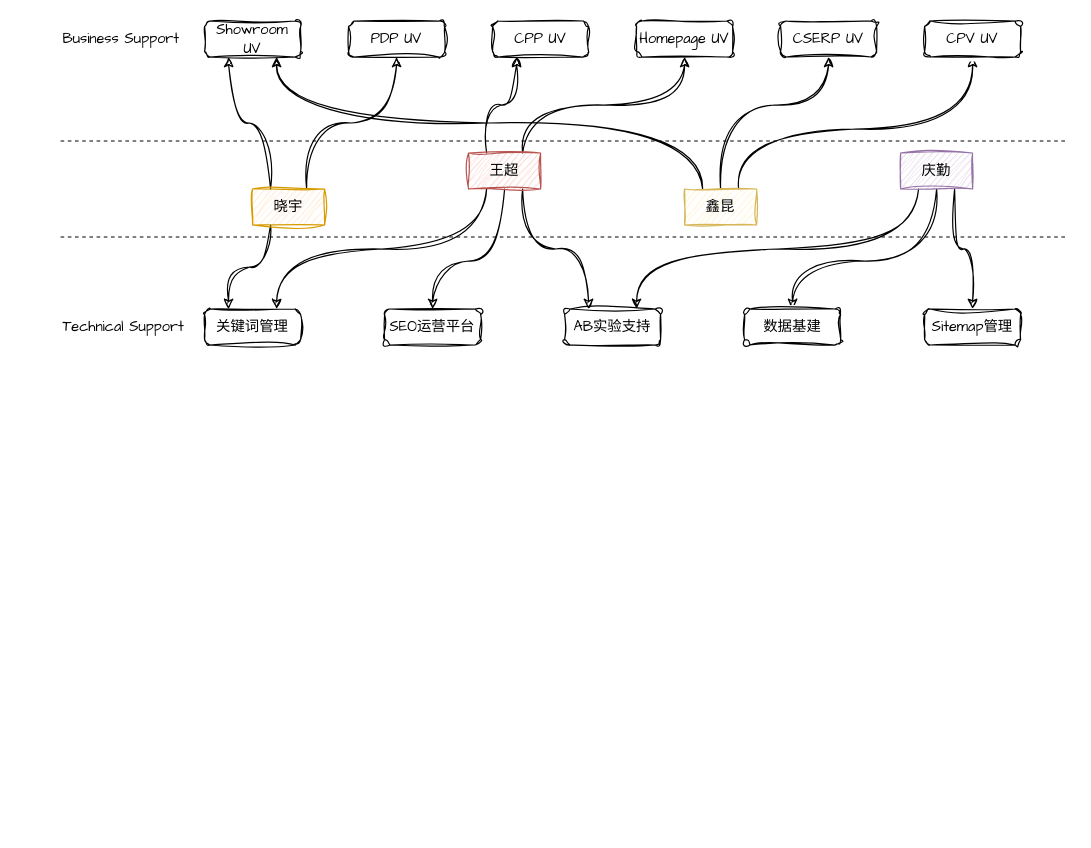
VisableHarry/seo-drawio keeps this draw.io diagram as drawio/团队分工.drawio. Above is the earlier version. Source tidied: cells renumbered, new cells numbered last; positions are measured from the earlier drawing's top-left corner, leaving out a move shared by most shapes. Both pictures are drawn from the tidied source at 120%, with x=0, y=0 at pixel (60, 20).
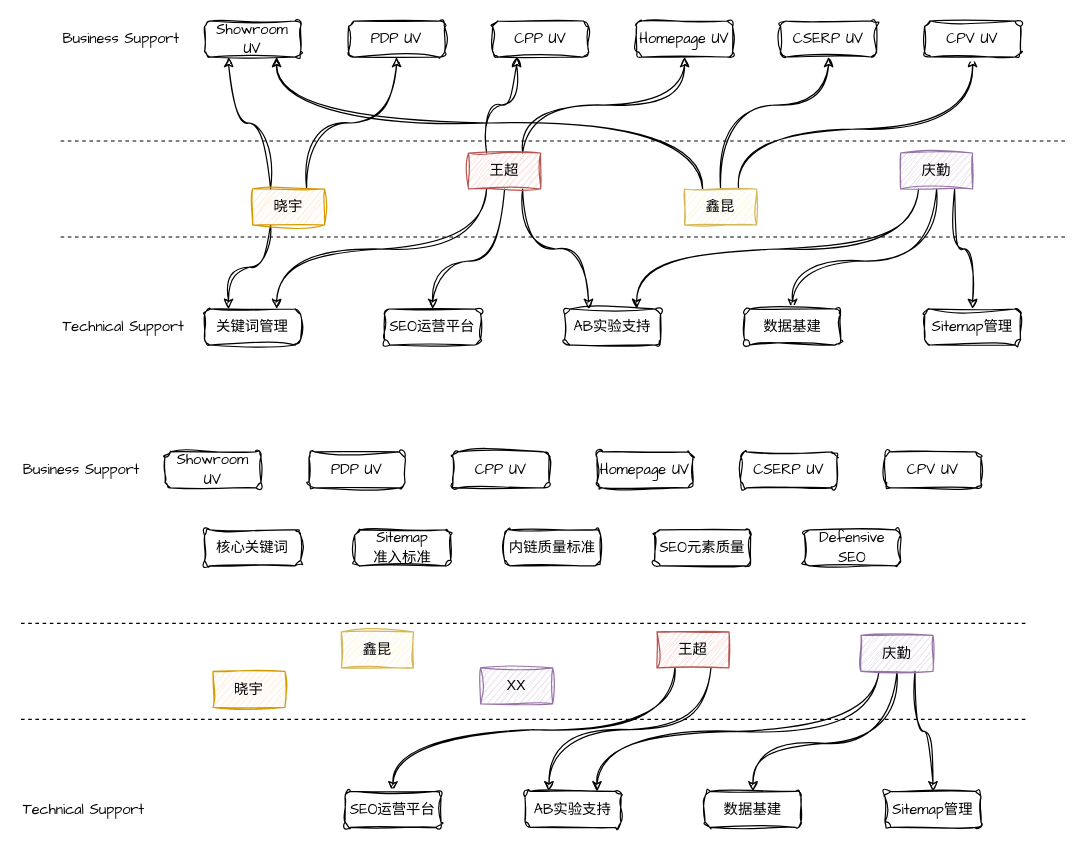
Above is the later version.

Commit message:
更新团队分工.drawio

Change to the diagram source:
```diff
@@
+    <mxCell id="35" value="&lt;font face=&quot;Comic Sans MS&quot;&gt;Business Support&lt;/font&gt;" style="text;html=1;whiteSpace=wrap;strokeColor=none;fillColor=none;align=left;verticalAlign=middle;rounded=0;sketch=1;curveFitting=1;jiggle=2;" parent="1" vertex="1">
+      <mxGeometry x="-33" y="359" width="150" height="30" as="geometry" />
+    </mxCell>
+    <mxCell id="36" value="&lt;font face=&quot;Comic Sans MS&quot;&gt;Technical Support&lt;/font&gt;" style="text;html=1;whiteSpace=wrap;strokeColor=none;fillColor=none;align=left;verticalAlign=middle;rounded=0;sketch=1;curveFitting=1;jiggle=2;" parent="1" vertex="1">
+      <mxGeometry x="-33" y="642" width="150" height="30" as="geometry" />
+    </mxCell>
+    <mxCell id="37" style="endArrow=none;dashed=1;html=1;rounded=0;" parent="1" edge="1">
+      <mxGeometry relative="1" as="geometry">
+        <mxPoint x="-33" y="502" as="sourcePoint" />
+        <mxPoint x="807" y="502" as="targetPoint" />
+      </mxGeometry>
+    </mxCell>
+    <mxCell id="38" style="endArrow=none;dashed=1;html=1;rounded=0;" parent="1" edge="1">
+      <mxGeometry relative="1" as="geometry">
+        <mxPoint x="-33" y="582" as="sourcePoint" />
+        <mxPoint x="807" y="582" as="targetPoint" />
+      </mxGeometry>
+    </mxCell>
+    <mxCell id="39" value="晓宇" style="text;html=1;whiteSpace=wrap;strokeColor=#d79b00;fillColor=#ffe6cc;align=center;verticalAlign=middle;rounded=0;sketch=1;curveFitting=1;jiggle=2;" parent="1" vertex="1">
+      <mxGeometry x="127" y="542" width="60" height="30" as="geometry" />
+    </mxCell>
+    <mxCell id="40" style="edgeStyle=orthogonalEdgeStyle;rounded=0;jettySize=auto;html=1;exitX=0.75;exitY=1;exitDx=0;exitDy=0;entryX=0.25;entryY=0;entryDx=0;entryDy=0;curved=1;sketch=1;curveFitting=1;jiggle=2;" parent="1" edge="1" source="42" target="57">
+      <mxGeometry relative="1" as="geometry" />
+    </mxCell>
+    <mxCell id="41" style="edgeStyle=orthogonalEdgeStyle;rounded=0;jettySize=auto;html=1;exitX=0.25;exitY=1;exitDx=0;exitDy=0;entryX=0.5;entryY=0;entryDx=0;entryDy=0;curved=1;sketch=1;curveFitting=1;jiggle=2;" parent="1" edge="1" source="42" target="56">
+      <mxGeometry relative="1" as="geometry" />
+    </mxCell>
+    <mxCell id="42" value="王超" style="text;html=1;whiteSpace=wrap;strokeColor=#b85450;fillColor=#f8cecc;align=center;verticalAlign=middle;rounded=0;sketch=1;curveFitting=1;jiggle=2;" parent="1" vertex="1">
+      <mxGeometry x="497" y="509" width="60" height="30" as="geometry" />
+    </mxCell>
+    <mxCell id="43" value="鑫昆" style="text;html=1;whiteSpace=wrap;strokeColor=#d6b656;fillColor=#fff2cc;align=center;verticalAlign=middle;rounded=0;sketch=1;curveFitting=1;jiggle=2;" parent="1" vertex="1">
+      <mxGeometry x="234" y="509" width="60" height="30" as="geometry" />
+    </mxCell>
+    <mxCell id="44" style="edgeStyle=orthogonalEdgeStyle;rounded=0;jettySize=auto;html=1;exitX=0.25;exitY=1;exitDx=0;exitDy=0;entryX=0.75;entryY=0;entryDx=0;entryDy=0;curved=1;sketch=1;curveFitting=1;jiggle=2;" parent="1" edge="1" source="47" target="57">
+      <mxGeometry relative="1" as="geometry" />
+    </mxCell>
+    <mxCell id="45" style="edgeStyle=orthogonalEdgeStyle;rounded=0;jettySize=auto;html=1;exitX=0.5;exitY=1;exitDx=0;exitDy=0;entryX=0.5;entryY=0;entryDx=0;entryDy=0;curved=1;sketch=1;curveFitting=1;jiggle=2;" parent="1" edge="1" source="47" target="54">
+      <mxGeometry relative="1" as="geometry">
+        <Array as="points">
+          <mxPoint x="697" y="602" />
+          <mxPoint x="577" y="602" />
+        </Array>
+      </mxGeometry>
+    </mxCell>
+    <mxCell id="46" style="edgeStyle=orthogonalEdgeStyle;rounded=0;jettySize=auto;html=1;exitX=0.75;exitY=1;exitDx=0;exitDy=0;curved=1;sketch=1;curveFitting=1;jiggle=2;" parent="1" edge="1" source="47" target="55">
+      <mxGeometry relative="1" as="geometry" />
+    </mxCell>
+    <mxCell id="47" value="庆勤" style="text;html=1;whiteSpace=wrap;strokeColor=#9673a6;fillColor=#e1d5e7;align=center;verticalAlign=middle;rounded=0;sketch=1;curveFitting=1;jiggle=2;" parent="1" vertex="1">
+      <mxGeometry x="667" y="512" width="60" height="30" as="geometry" />
+    </mxCell>
+    <mxCell id="48" value="&lt;font face=&quot;Comic Sans MS&quot;&gt;Showroom UV&lt;/font&gt;" style="rounded=1;whiteSpace=wrap;html=1;sketch=1;curveFitting=1;jiggle=2;" parent="1" vertex="1">
+      <mxGeometry x="87" y="359" width="80" height="30" as="geometry" />
+    </mxCell>
+    <mxCell id="49" value="&lt;font face=&quot;Comic Sans MS&quot;&gt;CSERP UV&lt;/font&gt;" style="rounded=1;whiteSpace=wrap;html=1;sketch=1;curveFitting=1;jiggle=2;" parent="1" vertex="1">
+      <mxGeometry x="567" y="359" width="80" height="30" as="geometry" />
+    </mxCell>
+    <mxCell id="50" value="&lt;font face=&quot;Comic Sans MS&quot;&gt;CPP UV&lt;/font&gt;" style="rounded=1;whiteSpace=wrap;html=1;sketch=1;curveFitting=1;jiggle=2;" parent="1" vertex="1">
+      <mxGeometry x="327" y="359" width="80" height="30" as="geometry" />
+    </mxCell>
+    <mxCell id="51" value="&lt;font face=&quot;Comic Sans MS&quot;&gt;PDP UV&lt;/font&gt;" style="rounded=1;whiteSpace=wrap;html=1;sketch=1;curveFitting=1;jiggle=2;" parent="1" vertex="1">
+      <mxGeometry x="207" y="359" width="80" height="30" as="geometry" />
+    </mxCell>
+    <mxCell id="52" value="&lt;font face=&quot;Comic Sans MS&quot;&gt;Homepage UV&lt;/font&gt;" style="rounded=1;whiteSpace=wrap;html=1;sketch=1;curveFitting=1;jiggle=2;" parent="1" vertex="1">
+      <mxGeometry x="447" y="359" width="80" height="30" as="geometry" />
+    </mxCell>
+    <mxCell id="53" value="&lt;font face=&quot;Comic Sans MS&quot;&gt;CPV UV&lt;/font&gt;" style="rounded=1;whiteSpace=wrap;html=1;sketch=1;curveFitting=1;jiggle=2;" parent="1" vertex="1">
+      <mxGeometry x="687" y="359" width="80" height="30" as="geometry" />
+    </mxCell>
+    <mxCell id="54" value="&lt;font face=&quot;Comic Sans MS&quot;&gt;数据基建&lt;/font&gt;" style="rounded=1;whiteSpace=wrap;html=1;sketch=1;curveFitting=1;jiggle=2;" parent="1" vertex="1">
+      <mxGeometry x="537" y="642" width="80" height="30" as="geometry" />
+    </mxCell>
+    <mxCell id="55" value="&lt;font face=&quot;Comic Sans MS&quot;&gt;Sitemap管理&lt;/font&gt;" style="rounded=1;whiteSpace=wrap;html=1;sketch=1;curveFitting=1;jiggle=2;" parent="1" vertex="1">
+      <mxGeometry x="687" y="642" width="80" height="30" as="geometry" />
+    </mxCell>
+    <mxCell id="56" value="&lt;font face=&quot;Comic Sans MS&quot;&gt;SEO运营平台&lt;/font&gt;" style="rounded=1;whiteSpace=wrap;html=1;sketch=1;curveFitting=1;jiggle=2;" parent="1" vertex="1">
+      <mxGeometry x="237" y="642" width="80" height="30" as="geometry" />
+    </mxCell>
+    <mxCell id="57" value="&lt;font face=&quot;Comic Sans MS&quot;&gt;AB实验支持&lt;/font&gt;" style="rounded=1;whiteSpace=wrap;html=1;sketch=1;curveFitting=1;jiggle=2;" parent="1" vertex="1">
+      <mxGeometry x="387" y="642" width="80" height="30" as="geometry" />
+    </mxCell>
+    <mxCell id="58" value="&lt;font face=&quot;Comic Sans MS&quot;&gt;核心关键词&lt;/font&gt;" style="rounded=1;whiteSpace=wrap;html=1;sketch=1;curveFitting=1;jiggle=2;" parent="1" vertex="1">
+      <mxGeometry x="120" y="424" width="80" height="30" as="geometry" />
+    </mxCell>
+    <mxCell id="59" value="&lt;font face=&quot;Comic Sans MS&quot;&gt;内链质量标准&lt;/font&gt;" style="rounded=1;whiteSpace=wrap;html=1;sketch=1;curveFitting=1;jiggle=2;" parent="1" vertex="1">
+      <mxGeometry x="370" y="424" width="80" height="30" as="geometry" />
+    </mxCell>
+    <mxCell id="60" value="&lt;font face=&quot;Comic Sans MS&quot;&gt;Sitemap&lt;/font&gt;&lt;div&gt;&lt;font face=&quot;Comic Sans MS&quot;&gt;准入标准&lt;/font&gt;&lt;/div&gt;" style="rounded=1;whiteSpace=wrap;html=1;sketch=1;curveFitting=1;jiggle=2;" parent="1" vertex="1">
+      <mxGeometry x="245" y="424" width="80" height="30" as="geometry" />
+    </mxCell>
+    <mxCell id="61" value="&lt;font face=&quot;Comic Sans MS&quot;&gt;SEO元素质量&lt;/font&gt;" style="rounded=1;whiteSpace=wrap;html=1;sketch=1;curveFitting=1;jiggle=2;" parent="1" vertex="1">
+      <mxGeometry x="495" y="424" width="80" height="30" as="geometry" />
+    </mxCell>
+    <mxCell id="62" value="&lt;font face=&quot;Comic Sans MS&quot;&gt;Defensive SEO&lt;/font&gt;" style="rounded=1;whiteSpace=wrap;html=1;sketch=1;curveFitting=1;jiggle=2;" parent="1" vertex="1">
+      <mxGeometry x="620" y="424" width="80" height="30" as="geometry" />
+    </mxCell>
+    <mxCell id="63" value="XX" style="text;html=1;whiteSpace=wrap;strokeColor=#9673a6;fillColor=#e1d5e7;align=center;verticalAlign=middle;rounded=0;sketch=1;curveFitting=1;jiggle=2;" parent="1" vertex="1">
+      <mxGeometry x="350" y="539" width="60" height="30" as="geometry" />
+    </mxCell>
```
